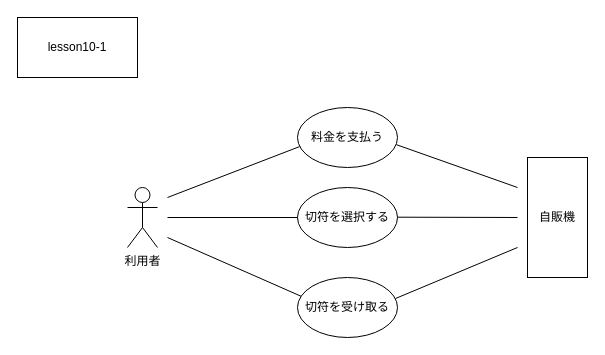
Before: lesson10/10-1.drawio in hirutashougo/UML_introduction, a draw.io diagram. Source tidied: cells renumbered, new cells numbered last; positions are measured from the earlier drawing's top-left corner, leaving out a move shared by most shapes. Both pictures are drawn from the tidied source at 100%, with x=0, y=0 at pixel (17, 17).
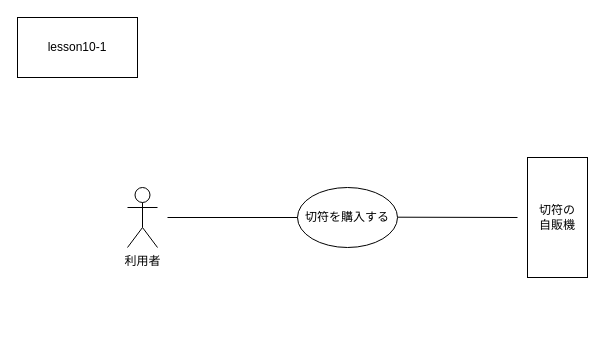
The same page after the edit.

Change to the diagram source:
```diff
@@
 <mxGraphModel>
   <root>
     <mxCell id="0" />
     <mxCell id="1" parent="0" />
     <mxCell id="2" value="lesson10-1" style="rounded=0;whiteSpace=wrap;html=1;" parent="1" vertex="1">
       <mxGeometry width="120" height="60" as="geometry" />
     </mxCell>
     <mxCell id="3" value="利用者" style="shape=umlActor;verticalLabelPosition=bottom;verticalAlign=top;html=1;" parent="1" vertex="1">
       <mxGeometry x="110" y="170" width="30" height="60" as="geometry" />
     </mxCell>
-    <mxCell id="4" value="自販機" style="rounded=0;whiteSpace=wrap;html=1;" parent="1" vertex="1">
+    <mxCell id="4" value="切符の&lt;br&gt;自販機" style="rounded=0;whiteSpace=wrap;html=1;" parent="1" vertex="1">
       <mxGeometry x="510" y="140" width="60" height="120" as="geometry" />
     </mxCell>
-    <mxCell id="5" value="料金を支払う" style="ellipse;whiteSpace=wrap;html=1;" parent="1" vertex="1">
-      <mxGeometry x="280" y="90" width="100" height="60" as="geometry" />
-    </mxCell>
-    <mxCell id="6" value="切符を選択する" style="ellipse;whiteSpace=wrap;html=1;" parent="1" vertex="1">
+    <mxCell id="6" value="切符を購入する" style="ellipse;whiteSpace=wrap;html=1;" parent="1" vertex="1">
       <mxGeometry x="280" y="170" width="100" height="60" as="geometry" />
     </mxCell>
-    <mxCell id="7" value="切符を受け取る" style="ellipse;whiteSpace=wrap;html=1;" parent="1" vertex="1">
-      <mxGeometry x="280" y="260" width="100" height="60" as="geometry" />
-    </mxCell>
-    <mxCell id="8" style="endArrow=none;html=1;rounded=0;entryX=0.022;entryY=0.651;entryDx=0;entryDy=0;entryPerimeter=0;" parent="1" edge="1" target="5">
-      <mxGeometry relative="1" as="geometry">
-        <mxPoint x="150" y="180" as="sourcePoint" />
-      </mxGeometry>
-    </mxCell>
     <mxCell id="9" style="endArrow=none;html=1;rounded=0;entryX=0;entryY=0.5;entryDx=0;entryDy=0;" parent="1" edge="1" target="6">
       <mxGeometry relative="1" as="geometry">
         <mxPoint x="150" y="200" as="sourcePoint" />
       </mxGeometry>
     </mxCell>
-    <mxCell id="10" style="endArrow=none;html=1;rounded=0;entryX=0.035;entryY=0.312;entryDx=0;entryDy=0;entryPerimeter=0;" parent="1" edge="1" target="7">
-      <mxGeometry relative="1" as="geometry">
-        <mxPoint x="150" y="220" as="sourcePoint" />
-      </mxGeometry>
-    </mxCell>
-    <mxCell id="11" style="endArrow=none;html=1;rounded=0;exitX=0.988;exitY=0.619;exitDx=0;exitDy=0;exitPerimeter=0;" parent="1" edge="1" source="5">
-      <mxGeometry relative="1" as="geometry">
-        <mxPoint x="500" y="170" as="targetPoint" />
-      </mxGeometry>
-    </mxCell>
     <mxCell id="12" style="endArrow=none;html=1;rounded=0;" parent="1" edge="1">
       <mxGeometry relative="1" as="geometry">
         <mxPoint x="380" y="199.7" as="sourcePoint" />
         <mxPoint x="500" y="200" as="targetPoint" />
       </mxGeometry>
     </mxCell>
-    <mxCell id="13" style="endArrow=none;html=1;rounded=0;" parent="1" edge="1">
-      <mxGeometry relative="1" as="geometry">
-        <mxPoint x="378" y="281" as="sourcePoint" />
-        <mxPoint x="500" y="230" as="targetPoint" />
-      </mxGeometry>
-    </mxCell>
   </root>
 </mxGraphModel>
```
